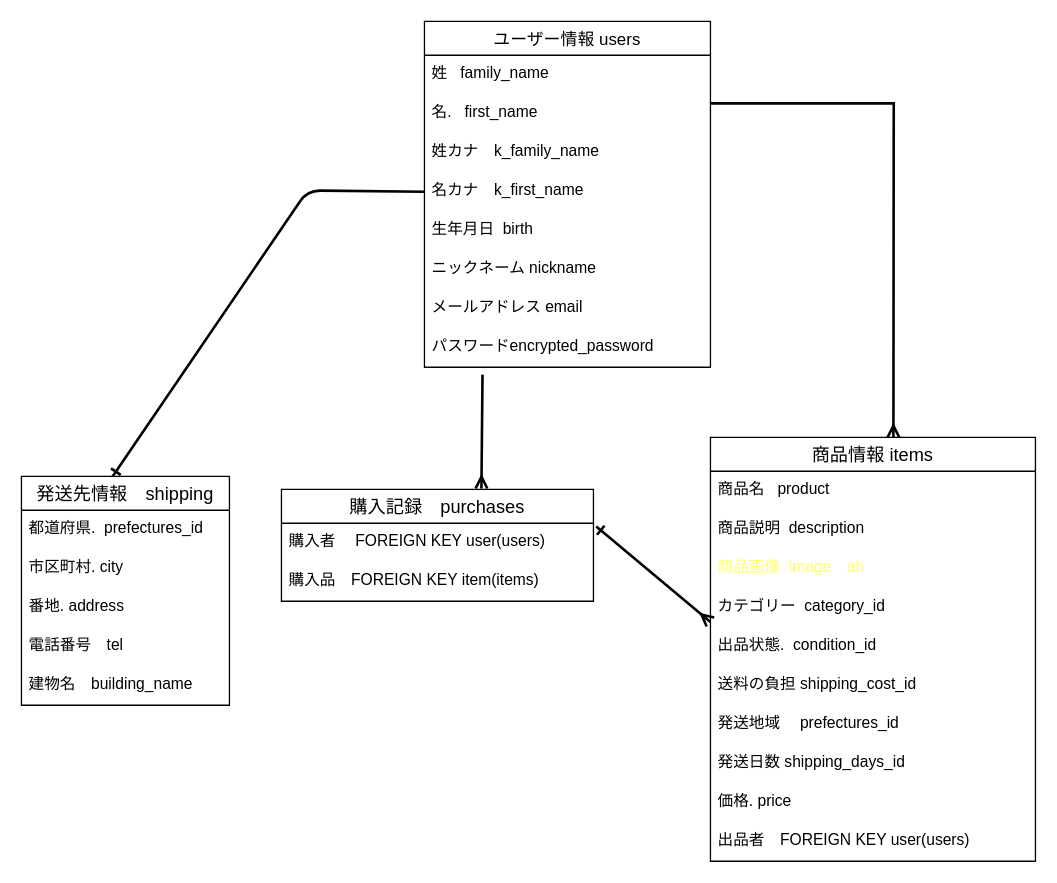
tama808/furima-39529 keeps this draw.io diagram as draw.dio. Above is the earlier version. Source tidied: cells renumbered, new cells numbered last; positions are measured from the earlier drawing's top-left corner, leaving out a move shared by most shapes. Both pictures are drawn from the tidied source at 130%, with x=0, y=0 at pixel (21, 21).
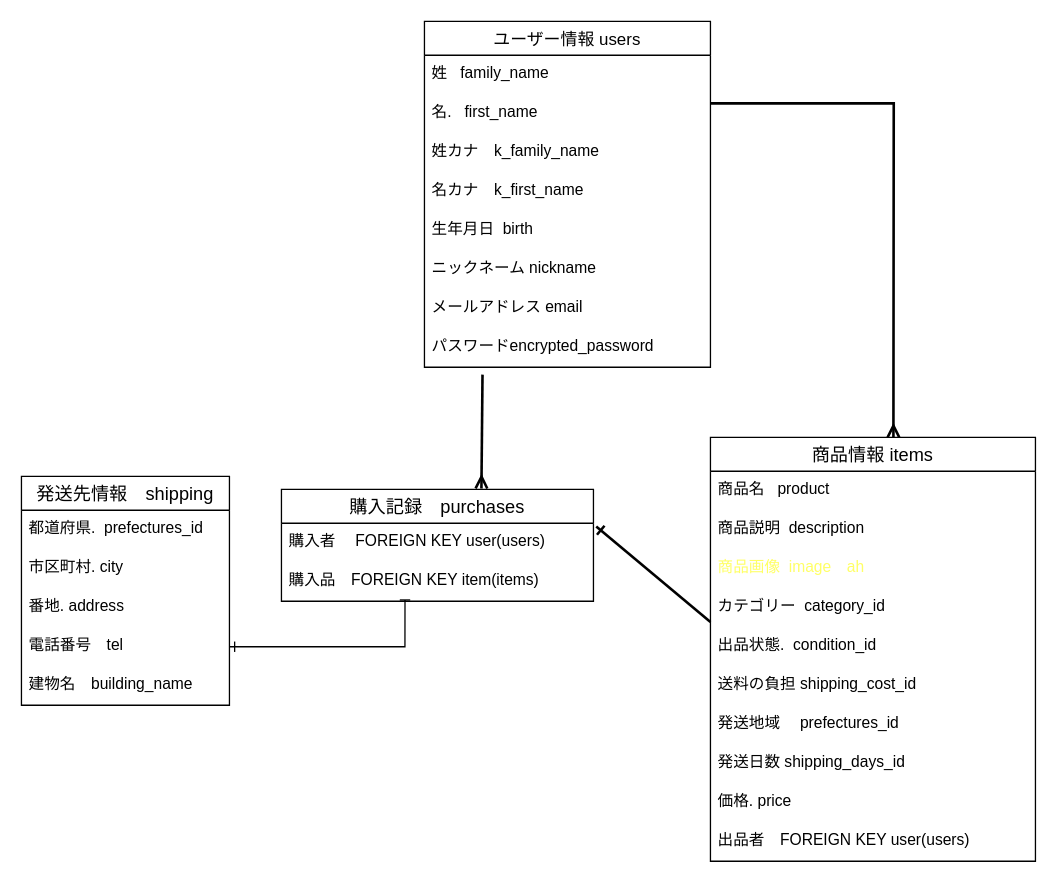
After the change.

Commit message (it also covers changes not shown here):
アソシエーション修正

Unchanged cells that the change refers to:
```xml
<mxCell id="6" value="名カナ　k_first_name" style="text;strokeColor=none;fillColor=none;spacingLeft=4;spacingRight=4;overflow=hidden;points=[[0,0.5],[1,0.5]];portConstraint=eastwest;fontSize=12;hachureGap=4;fontFamily=Helvetica;rounded=0;" parent="2" vertex="1">
  <mxGeometry y="116" width="220" height="30" as="geometry" />
</mxCell>
<mxCell id="15" value="カテゴリー  category_id " style="text;strokeColor=none;fillColor=none;spacingLeft=4;spacingRight=4;overflow=hidden;points=[[0,0.5],[1,0.5]];portConstraint=eastwest;fontSize=12;rounded=0;" parent="11" vertex="1">
  <mxGeometry y="116" width="250" height="30" as="geometry" />
</mxCell>
<mxCell id="22" value="発送先情報　shipping" style="swimlane;fontStyle=0;horizontal=1;startSize=26;align=center;fontSize=14;rounded=0;" parent="1" vertex="1">
  <mxGeometry y="350" width="160" height="176" as="geometry" />
</mxCell>
<mxCell id="26" value="電話番号　tel" style="text;strokeColor=none;fillColor=none;spacingLeft=4;spacingRight=4;overflow=hidden;points=[[0,0.5],[1,0.5]];portConstraint=eastwest;fontSize=12;rounded=0;" parent="22" vertex="1">
  <mxGeometry y="116" width="160" height="30" as="geometry" />
</mxCell>
<mxCell id="30" value="購入者　 FOREIGN KEY user(users)" style="text;strokeColor=none;fillColor=none;spacingLeft=4;spacingRight=4;overflow=hidden;points=[[0,0.5],[1,0.5]];portConstraint=eastwest;fontSize=12;fontFamily=Helvetica;rounded=0;" parent="29" vertex="1">
  <mxGeometry y="26" width="240" height="30" as="geometry" />
</mxCell>
<mxCell id="31" value="購入品　FOREIGN KEY item(items)" style="text;strokeColor=none;fillColor=none;spacingLeft=4;spacingRight=4;overflow=hidden;points=[[0,0.5],[1,0.5]];portConstraint=eastwest;fontSize=12;fontFamily=Helvetica;rounded=0;" parent="29" vertex="1">
  <mxGeometry y="56" width="240" height="30" as="geometry" />
</mxCell>
```

What changed in the source:
```diff
@@
-    <mxCell id="33" style="edgeStyle=none;html=1;exitX=1.009;exitY=0.083;exitDx=0;exitDy=0;entryX=0;entryY=0.867;entryDx=0;entryDy=0;entryPerimeter=0;strokeWidth=2;fontFamily=Helvetica;startArrow=ERone;startFill=0;endArrow=ERmany;endFill=0;exitPerimeter=0;" parent="1" edge="1" source="30" target="15">
+    <mxCell id="33" style="edgeStyle=none;html=1;exitX=1.009;exitY=0.083;exitDx=0;exitDy=0;entryX=0;entryY=0.867;entryDx=0;entryDy=0;entryPerimeter=0;strokeWidth=2;fontFamily=Helvetica;startArrow=ERone;startFill=0;endArrow=none;endFill=0;exitPerimeter=0;" parent="1" edge="1" source="30" target="15">
       <mxGeometry relative="1" as="geometry" />
     </mxCell>
-    <mxCell id="34" style="edgeStyle=none;html=1;exitX=0;exitY=0.5;exitDx=0;exitDy=0;entryX=0.438;entryY=0;entryDx=0;entryDy=0;entryPerimeter=0;strokeWidth=2;fontFamily=Helvetica;startArrow=none;startFill=0;endArrow=ERone;endFill=0;" parent="1" edge="1" source="6" target="22">
-      <mxGeometry relative="1" as="geometry">
-        <Array as="points">
-          <mxPoint x="220" y="130" />
-        </Array>
-      </mxGeometry>
-    </mxCell>
+    <mxCell id="35" style="edgeStyle=none;html=1;exitX=1;exitY=0.5;exitDx=0;exitDy=0;entryX=0.396;entryY=0.967;entryDx=0;entryDy=0;entryPerimeter=0;endArrow=baseDash;endFill=0;rounded=0;startArrow=ERone;startFill=0;" parent="1" edge="1" source="26" target="31">
+      <mxGeometry relative="1" as="geometry">
+        <Array as="points">
+          <mxPoint x="295" y="481" />
+        </Array>
+      </mxGeometry>
+    </mxCell>
```
